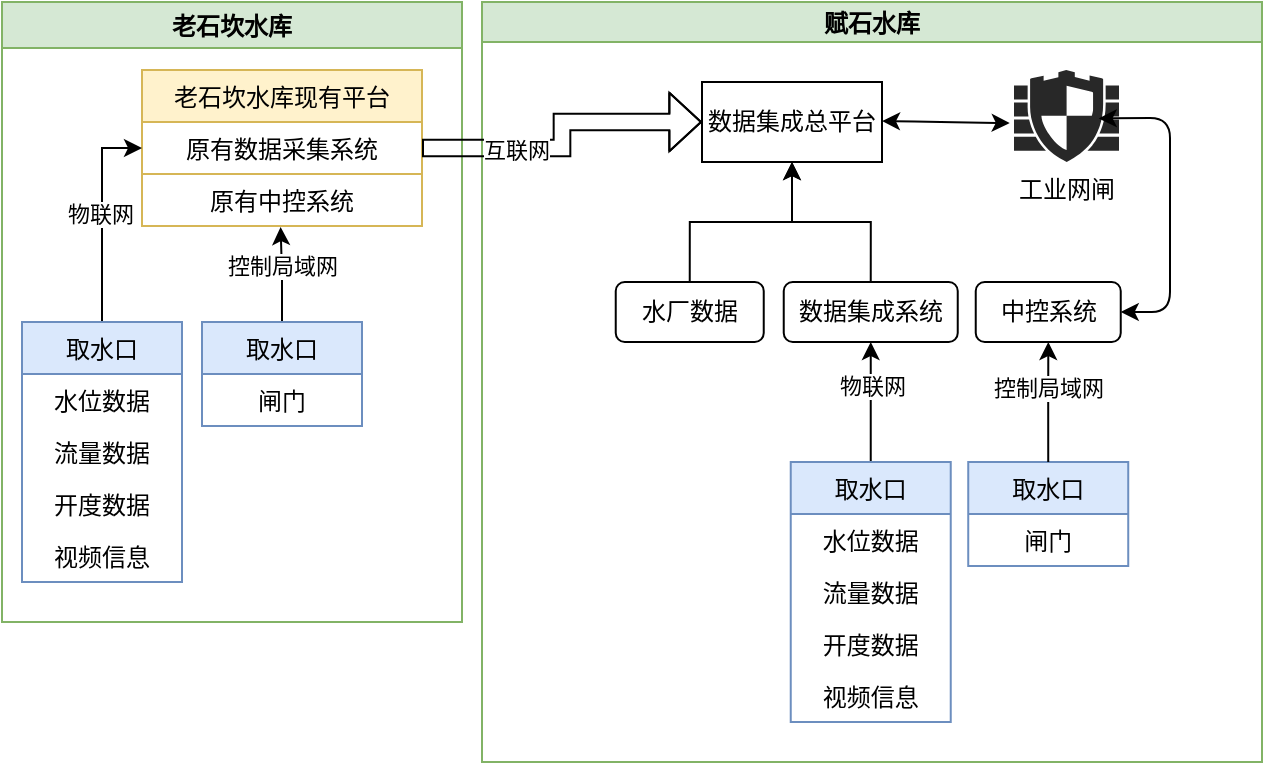
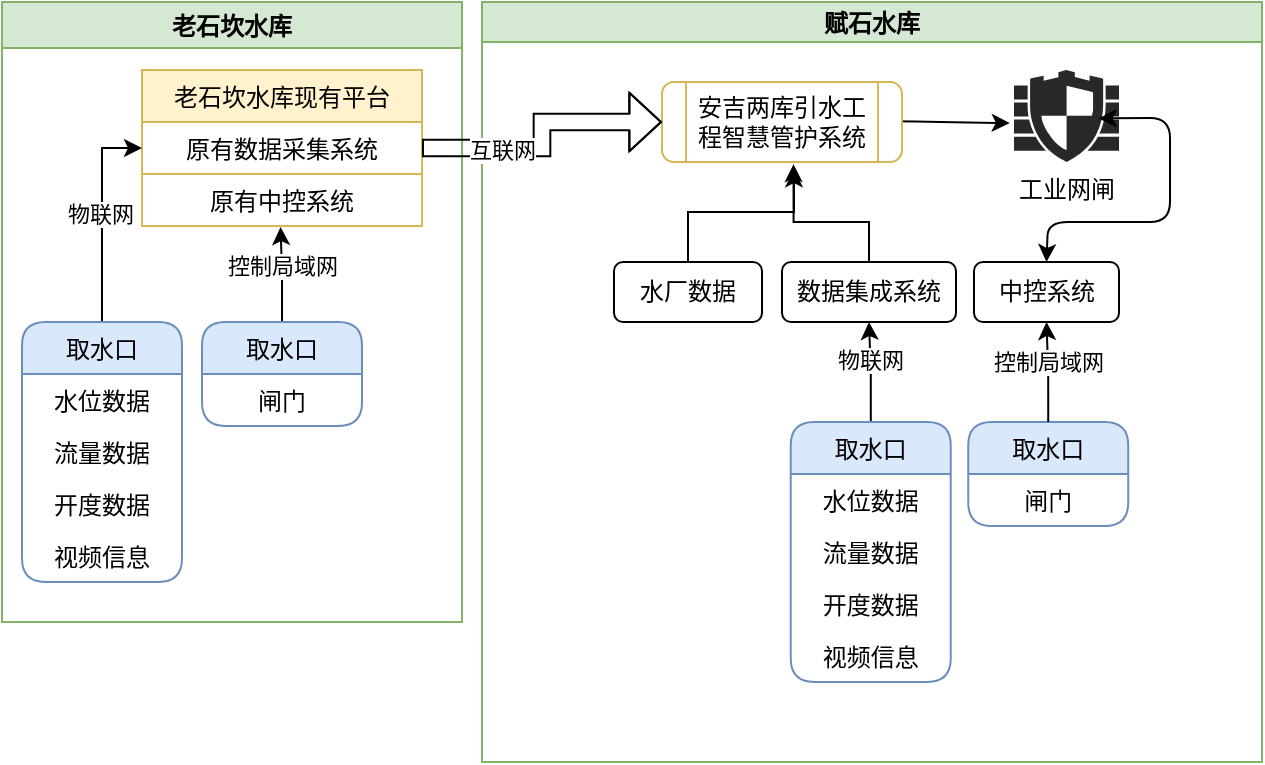
- <mxfile host="app.diagrams.net" modified="2021-09-18T04:01:08.758Z" agent="5.0 (Windows NT 10.0; Win64; x64) AppleWebKit/537.36 (KHTML, like Gecko) Chrome/93.0.4577.82 Safari/537.36 Edg/93.0.961.52" etag="iuD5hr9El375hcNZhQbl" version="14.8.0" type="github">
+ <mxfile host="app.diagrams.net" modified="2021-09-18T05:41:10.946Z" agent="5.0 (Windows NT 10.0; Win64; x64) AppleWebKit/537.36 (KHTML, like Gecko) Chrome/93.0.4577.82 Safari/537.36 Edg/93.0.961.52" etag="c35yupZSxRiQ1oud-r6r" version="14.8.0" type="github">
  <diagram id="v89iMYd2DjBNGdAJLiYk" name="Page-1">
-     <mxGraphModel dx="649" dy="363" grid="1" gridSize="10" guides="1" tooltips="1" connect="1" arrows="1" fold="1" page="1" pageScale="1" pageWidth="827" pageHeight="1169" math="0" shadow="0">
+     <mxGraphModel dx="683" dy="363" grid="1" gridSize="10" guides="1" tooltips="1" connect="1" arrows="1" fold="1" page="1" pageScale="1" pageWidth="827" pageHeight="1169" math="0" shadow="0">
      <root>
        <mxCell id="0" />
        <mxCell id="1" parent="0" />
        <mxCell id="1meufm5pPCAuNKvldUBH-1" value="老石坎水库" style="swimlane;fillColor=#d5e8d4;strokeColor=#82b366;" parent="1" vertex="1">
-           <mxGeometry x="150" y="130" width="230" height="310" as="geometry" />
+           <mxGeometry x="150" y="130" width="230" height="310" as="geometry">
+             <mxRectangle x="150" y="130" width="90" height="23" as="alternateBounds" />
+           </mxGeometry>
        </mxCell>
        <mxCell id="rkCiEfMvTKPaeprXMYrk-80" value="老石坎水库现有平台" style="swimlane;fontStyle=0;childLayout=stackLayout;horizontal=1;startSize=26;horizontalStack=0;resizeParent=1;resizeParentMax=0;resizeLast=0;collapsible=1;marginBottom=0;swimlaneLine=1;rounded=0;shadow=0;sketch=0;glass=0;swimlaneFillColor=none;fillColor=#fff2cc;strokeColor=#d6b656;" vertex="1" parent="1meufm5pPCAuNKvldUBH-1">
          <mxGeometry x="70" y="34" width="140" height="78" as="geometry">
            <mxRectangle x="108.75" y="220" width="70" height="26" as="alternateBounds" />
          </mxGeometry>
        </mxCell>
        <mxCell id="rkCiEfMvTKPaeprXMYrk-81" value="原有数据采集系统" style="text;fillColor=none;align=center;verticalAlign=top;spacingLeft=4;spacingRight=4;overflow=hidden;rotatable=0;points=[[0,0.5],[1,0.5]];portConstraint=eastwest;rounded=0;glass=0;shadow=0;strokeColor=#D6B656;" vertex="1" parent="rkCiEfMvTKPaeprXMYrk-80">
          <mxGeometry y="26" width="140" height="26" as="geometry" />
        </mxCell>
        <mxCell id="rkCiEfMvTKPaeprXMYrk-82" value="原有中控系统" style="text;fillColor=none;align=center;verticalAlign=top;spacingLeft=4;spacingRight=4;overflow=hidden;rotatable=0;points=[[0,0.5],[1,0.5]];portConstraint=eastwest;imageAspect=1;" vertex="1" parent="rkCiEfMvTKPaeprXMYrk-80">
          <mxGeometry y="52" width="140" height="26" as="geometry" />
        </mxCell>
        <mxCell id="rkCiEfMvTKPaeprXMYrk-88" style="edgeStyle=orthogonalEdgeStyle;rounded=0;orthogonalLoop=1;jettySize=auto;html=1;entryX=0;entryY=0.5;entryDx=0;entryDy=0;" edge="1" parent="1meufm5pPCAuNKvldUBH-1" source="rkCiEfMvTKPaeprXMYrk-75" target="rkCiEfMvTKPaeprXMYrk-81">
          <mxGeometry relative="1" as="geometry" />
        </mxCell>
        <mxCell id="rkCiEfMvTKPaeprXMYrk-95" value="物联网" style="edgeLabel;html=1;align=center;verticalAlign=middle;resizable=0;points=[];" vertex="1" connectable="0" parent="rkCiEfMvTKPaeprXMYrk-88">
          <mxGeometry x="0.0218" y="1" relative="1" as="geometry">
            <mxPoint as="offset" />
          </mxGeometry>
        </mxCell>
-         <mxCell id="rkCiEfMvTKPaeprXMYrk-75" value="取水口" style="swimlane;fontStyle=0;childLayout=stackLayout;horizontal=1;startSize=26;horizontalStack=0;resizeParent=1;resizeParentMax=0;resizeLast=0;collapsible=1;marginBottom=0;swimlaneLine=1;rounded=0;shadow=0;sketch=0;glass=0;swimlaneFillColor=none;fillColor=#dae8fc;strokeColor=#6c8ebf;" vertex="1" parent="1meufm5pPCAuNKvldUBH-1">
+         <mxCell id="rkCiEfMvTKPaeprXMYrk-75" value="取水口" style="swimlane;fontStyle=0;childLayout=stackLayout;horizontal=1;startSize=26;horizontalStack=0;resizeParent=1;resizeParentMax=0;resizeLast=0;collapsible=1;marginBottom=0;swimlaneLine=1;rounded=1;shadow=0;sketch=0;glass=0;swimlaneFillColor=none;fillColor=#dae8fc;strokeColor=#6c8ebf;" vertex="1" parent="1meufm5pPCAuNKvldUBH-1">
          <mxGeometry x="10" y="160" width="80" height="130" as="geometry">
            <mxRectangle x="400" y="410" width="70" height="26" as="alternateBounds" />
          </mxGeometry>
        </mxCell>
        <mxCell id="rkCiEfMvTKPaeprXMYrk-76" value="水位数据" style="text;strokeColor=none;fillColor=none;align=center;verticalAlign=top;spacingLeft=4;spacingRight=4;overflow=hidden;rotatable=0;points=[[0,0.5],[1,0.5]];portConstraint=eastwest;" vertex="1" parent="rkCiEfMvTKPaeprXMYrk-75">
          <mxGeometry y="26" width="80" height="26" as="geometry" />
        </mxCell>
        <mxCell id="rkCiEfMvTKPaeprXMYrk-77" value="流量数据" style="text;strokeColor=none;fillColor=none;align=center;verticalAlign=top;spacingLeft=4;spacingRight=4;overflow=hidden;rotatable=0;points=[[0,0.5],[1,0.5]];portConstraint=eastwest;" vertex="1" parent="rkCiEfMvTKPaeprXMYrk-75">
          <mxGeometry y="52" width="80" height="26" as="geometry" />
        </mxCell>
        <mxCell id="rkCiEfMvTKPaeprXMYrk-78" value="开度数据" style="text;strokeColor=none;fillColor=none;align=center;verticalAlign=top;spacingLeft=4;spacingRight=4;overflow=hidden;rotatable=0;points=[[0,0.5],[1,0.5]];portConstraint=eastwest;" vertex="1" parent="rkCiEfMvTKPaeprXMYrk-75">
          <mxGeometry y="78" width="80" height="26" as="geometry" />
        </mxCell>
        <mxCell id="rkCiEfMvTKPaeprXMYrk-79" value="视频信息" style="text;strokeColor=none;fillColor=none;align=center;verticalAlign=top;spacingLeft=4;spacingRight=4;overflow=hidden;rotatable=0;points=[[0,0.5],[1,0.5]];portConstraint=eastwest;" vertex="1" parent="rkCiEfMvTKPaeprXMYrk-75">
          <mxGeometry y="104" width="80" height="26" as="geometry" />
        </mxCell>
        <mxCell id="rkCiEfMvTKPaeprXMYrk-87" style="edgeStyle=orthogonalEdgeStyle;rounded=0;orthogonalLoop=1;jettySize=auto;html=1;entryX=0.495;entryY=1.021;entryDx=0;entryDy=0;entryPerimeter=0;" edge="1" parent="1meufm5pPCAuNKvldUBH-1" source="rkCiEfMvTKPaeprXMYrk-73" target="rkCiEfMvTKPaeprXMYrk-82">
          <mxGeometry relative="1" as="geometry" />
        </mxCell>
        <mxCell id="rkCiEfMvTKPaeprXMYrk-97" value="控制局域网" style="edgeLabel;html=1;align=center;verticalAlign=middle;resizable=0;points=[];" vertex="1" connectable="0" parent="rkCiEfMvTKPaeprXMYrk-87">
          <mxGeometry x="0.205" relative="1" as="geometry">
            <mxPoint as="offset" />
          </mxGeometry>
        </mxCell>
-         <mxCell id="rkCiEfMvTKPaeprXMYrk-73" value="取水口" style="swimlane;fontStyle=0;childLayout=stackLayout;horizontal=1;startSize=26;horizontalStack=0;resizeParent=1;resizeParentMax=0;resizeLast=0;collapsible=1;marginBottom=0;swimlaneLine=1;rounded=0;shadow=0;sketch=0;glass=0;swimlaneFillColor=none;fillColor=#dae8fc;strokeColor=#6c8ebf;" vertex="1" parent="1meufm5pPCAuNKvldUBH-1">
+         <mxCell id="rkCiEfMvTKPaeprXMYrk-73" value="取水口" style="swimlane;fontStyle=0;childLayout=stackLayout;horizontal=1;startSize=26;horizontalStack=0;resizeParent=1;resizeParentMax=0;resizeLast=0;collapsible=1;marginBottom=0;swimlaneLine=1;rounded=1;shadow=0;sketch=0;glass=0;swimlaneFillColor=none;fillColor=#dae8fc;strokeColor=#6c8ebf;" vertex="1" parent="1meufm5pPCAuNKvldUBH-1">
          <mxGeometry x="100" y="160" width="80" height="52" as="geometry">
            <mxRectangle x="400" y="410" width="70" height="26" as="alternateBounds" />
          </mxGeometry>
        </mxCell>
        <mxCell id="rkCiEfMvTKPaeprXMYrk-74" value="闸门" style="text;strokeColor=none;fillColor=none;align=center;verticalAlign=top;spacingLeft=4;spacingRight=4;overflow=hidden;rotatable=0;points=[[0,0.5],[1,0.5]];portConstraint=eastwest;" vertex="1" parent="rkCiEfMvTKPaeprXMYrk-73">
          <mxGeometry y="26" width="80" height="26" as="geometry" />
        </mxCell>
        <mxCell id="1meufm5pPCAuNKvldUBH-6" value="赋石水库" style="swimlane;startSize=20;horizontal=1;containerType=tree;newEdgeStyle={&quot;edgeStyle&quot;:&quot;elbowEdgeStyle&quot;,&quot;startArrow&quot;:&quot;none&quot;,&quot;endArrow&quot;:&quot;none&quot;};fillColor=#d5e8d4;strokeColor=#82b366;" parent="1" vertex="1">
          <mxGeometry x="390" y="130" width="390" height="380" as="geometry" />
        </mxCell>
-         <UserObject label="数据集成总平台" treeRoot="1" id="1meufm5pPCAuNKvldUBH-9">
-           <mxCell style="whiteSpace=wrap;html=1;align=center;treeFolding=1;treeMoving=1;newEdgeStyle={&quot;edgeStyle&quot;:&quot;elbowEdgeStyle&quot;,&quot;startArrow&quot;:&quot;none&quot;,&quot;endArrow&quot;:&quot;none&quot;};" parent="1meufm5pPCAuNKvldUBH-6" vertex="1">
-             <mxGeometry x="110" y="40" width="90" height="40" as="geometry" />
-           </mxCell>
-         </UserObject>
        <mxCell id="1meufm5pPCAuNKvldUBH-12" value="中控系统" style="rounded=1;whiteSpace=wrap;html=1;" parent="1meufm5pPCAuNKvldUBH-6" vertex="1">
-           <mxGeometry x="246.87" y="140" width="72.5" height="30" as="geometry" />
+           <mxGeometry x="246" y="130" width="72.5" height="30" as="geometry" />
        </mxCell>
        <mxCell id="rkCiEfMvTKPaeprXMYrk-26" value="工业网闸" style="verticalLabelPosition=bottom;html=1;fillColor=#282828;strokeColor=none;verticalAlign=top;pointerEvents=1;align=center;shape=mxgraph.cisco_safe.security_icons.ngfw;sketch=0;" vertex="1" parent="1meufm5pPCAuNKvldUBH-6">
          <mxGeometry x="266" y="34" width="52.5" height="46" as="geometry" />
        </mxCell>
        <mxCell id="rkCiEfMvTKPaeprXMYrk-32" value="" style="endArrow=classic;startArrow=classic;html=1;entryX=-0.041;entryY=0.577;entryDx=0;entryDy=0;entryPerimeter=0;" edge="1" parent="1meufm5pPCAuNKvldUBH-6" target="rkCiEfMvTKPaeprXMYrk-26">
          <mxGeometry width="50" height="50" relative="1" as="geometry">
            <mxPoint x="200" y="59.5" as="sourcePoint" />
            <mxPoint x="246" y="40" as="targetPoint" />
            <Array as="points">
              <mxPoint x="226" y="60" />
            </Array>
          </mxGeometry>
        </mxCell>
-         <mxCell id="rkCiEfMvTKPaeprXMYrk-33" value="" style="endArrow=classic;startArrow=classic;html=1;jumpSize=6;entryX=0.807;entryY=0.526;entryDx=0;entryDy=0;entryPerimeter=0;" edge="1" parent="1meufm5pPCAuNKvldUBH-6" source="1meufm5pPCAuNKvldUBH-12" target="rkCiEfMvTKPaeprXMYrk-26">
+         <mxCell id="rkCiEfMvTKPaeprXMYrk-33" value="" style="endArrow=classic;startArrow=classic;html=1;jumpSize=6;entryX=0.807;entryY=0.526;entryDx=0;entryDy=0;entryPerimeter=0;exitX=0.5;exitY=0;exitDx=0;exitDy=0;" edge="1" parent="1meufm5pPCAuNKvldUBH-6" source="1meufm5pPCAuNKvldUBH-12" target="rkCiEfMvTKPaeprXMYrk-26">
          <mxGeometry width="50" height="50" relative="1" as="geometry">
            <mxPoint x="242.25" y="194.5" as="sourcePoint" />
            <mxPoint x="301" y="100" as="targetPoint" />
            <Array as="points">
-               <mxPoint x="344" y="155" />
+               <mxPoint x="283" y="110" />
+               <mxPoint x="344" y="110" />
              <mxPoint x="344" y="58" />
            </Array>
          </mxGeometry>
        </mxCell>
-         <mxCell id="rkCiEfMvTKPaeprXMYrk-6" value="取水口" style="swimlane;fontStyle=0;childLayout=stackLayout;horizontal=1;startSize=26;horizontalStack=0;resizeParent=1;resizeParentMax=0;resizeLast=0;collapsible=1;marginBottom=0;swimlaneLine=1;rounded=0;shadow=0;sketch=0;glass=0;swimlaneFillColor=none;fillColor=#dae8fc;strokeColor=#6c8ebf;" vertex="1" parent="1meufm5pPCAuNKvldUBH-6">
-           <mxGeometry x="243.12" y="230" width="80" height="52" as="geometry">
+         <mxCell id="rkCiEfMvTKPaeprXMYrk-6" value="取水口" style="swimlane;fontStyle=0;childLayout=stackLayout;horizontal=1;startSize=26;horizontalStack=0;resizeParent=1;resizeParentMax=0;resizeLast=0;collapsible=1;marginBottom=0;swimlaneLine=1;rounded=1;shadow=0;sketch=0;glass=0;swimlaneFillColor=none;fillColor=#dae8fc;strokeColor=#6c8ebf;" vertex="1" parent="1meufm5pPCAuNKvldUBH-6">
+           <mxGeometry x="243.12" y="210" width="80" height="52" as="geometry">
            <mxRectangle x="400" y="410" width="70" height="26" as="alternateBounds" />
          </mxGeometry>
        </mxCell>
        <mxCell id="rkCiEfMvTKPaeprXMYrk-7" value="闸门" style="text;strokeColor=none;fillColor=none;align=center;verticalAlign=top;spacingLeft=4;spacingRight=4;overflow=hidden;rotatable=0;points=[[0,0.5],[1,0.5]];portConstraint=eastwest;" vertex="1" parent="rkCiEfMvTKPaeprXMYrk-6">
          <mxGeometry y="26" width="80" height="26" as="geometry" />
        </mxCell>
        <mxCell id="rkCiEfMvTKPaeprXMYrk-11" value="" style="edgeStyle=orthogonalEdgeStyle;rounded=0;orthogonalLoop=1;jettySize=auto;html=1;exitX=0.5;exitY=0;exitDx=0;exitDy=0;" edge="1" parent="1meufm5pPCAuNKvldUBH-6" source="rkCiEfMvTKPaeprXMYrk-6" target="1meufm5pPCAuNKvldUBH-12">
          <mxGeometry relative="1" as="geometry">
            <Array as="points" />
          </mxGeometry>
        </mxCell>
        <mxCell id="rkCiEfMvTKPaeprXMYrk-13" value="控制局域网" style="edgeLabel;html=1;align=center;verticalAlign=middle;resizable=0;points=[];" vertex="1" connectable="0" parent="rkCiEfMvTKPaeprXMYrk-11">
          <mxGeometry x="0.2444" relative="1" as="geometry">
            <mxPoint as="offset" />
          </mxGeometry>
        </mxCell>
        <mxCell id="rkCiEfMvTKPaeprXMYrk-67" style="edgeStyle=orthogonalEdgeStyle;rounded=0;orthogonalLoop=1;jettySize=auto;html=1;entryX=0.5;entryY=1;entryDx=0;entryDy=0;" edge="1" parent="1meufm5pPCAuNKvldUBH-6" source="1meufm5pPCAuNKvldUBH-21" target="rkCiEfMvTKPaeprXMYrk-45">
          <mxGeometry relative="1" as="geometry" />
        </mxCell>
        <mxCell id="rkCiEfMvTKPaeprXMYrk-69" value="物联网" style="edgeLabel;html=1;align=center;verticalAlign=middle;resizable=0;points=[];" vertex="1" connectable="0" parent="rkCiEfMvTKPaeprXMYrk-67">
          <mxGeometry x="0.2649" relative="1" as="geometry">
            <mxPoint as="offset" />
          </mxGeometry>
        </mxCell>
-         <mxCell id="1meufm5pPCAuNKvldUBH-21" value="取水口" style="swimlane;fontStyle=0;childLayout=stackLayout;horizontal=1;startSize=26;horizontalStack=0;resizeParent=1;resizeParentMax=0;resizeLast=0;collapsible=1;marginBottom=0;swimlaneLine=1;rounded=0;shadow=0;sketch=0;glass=0;swimlaneFillColor=none;fillColor=#dae8fc;strokeColor=#6c8ebf;" parent="1meufm5pPCAuNKvldUBH-6" vertex="1">
-           <mxGeometry x="154.37" y="230" width="80" height="130" as="geometry">
+         <mxCell id="1meufm5pPCAuNKvldUBH-21" value="取水口" style="swimlane;fontStyle=0;childLayout=stackLayout;horizontal=1;startSize=26;horizontalStack=0;resizeParent=1;resizeParentMax=0;resizeLast=0;collapsible=1;marginBottom=0;swimlaneLine=1;rounded=1;shadow=0;sketch=0;glass=0;swimlaneFillColor=none;fillColor=#dae8fc;strokeColor=#6c8ebf;" parent="1meufm5pPCAuNKvldUBH-6" vertex="1">
+           <mxGeometry x="154.37" y="210" width="80" height="130" as="geometry">
            <mxRectangle x="400" y="410" width="70" height="26" as="alternateBounds" />
          </mxGeometry>
        </mxCell>
        <mxCell id="1meufm5pPCAuNKvldUBH-22" value="水位数据" style="text;strokeColor=none;fillColor=none;align=center;verticalAlign=top;spacingLeft=4;spacingRight=4;overflow=hidden;rotatable=0;points=[[0,0.5],[1,0.5]];portConstraint=eastwest;" parent="1meufm5pPCAuNKvldUBH-21" vertex="1">
          <mxGeometry y="26" width="80" height="26" as="geometry" />
        </mxCell>
        <mxCell id="1meufm5pPCAuNKvldUBH-23" value="流量数据" style="text;strokeColor=none;fillColor=none;align=center;verticalAlign=top;spacingLeft=4;spacingRight=4;overflow=hidden;rotatable=0;points=[[0,0.5],[1,0.5]];portConstraint=eastwest;" parent="1meufm5pPCAuNKvldUBH-21" vertex="1">
          <mxGeometry y="52" width="80" height="26" as="geometry" />
        </mxCell>
        <mxCell id="1meufm5pPCAuNKvldUBH-24" value="开度数据" style="text;strokeColor=none;fillColor=none;align=center;verticalAlign=top;spacingLeft=4;spacingRight=4;overflow=hidden;rotatable=0;points=[[0,0.5],[1,0.5]];portConstraint=eastwest;" parent="1meufm5pPCAuNKvldUBH-21" vertex="1">
          <mxGeometry y="78" width="80" height="26" as="geometry" />
        </mxCell>
        <mxCell id="rkCiEfMvTKPaeprXMYrk-2" value="视频信息" style="text;strokeColor=none;fillColor=none;align=center;verticalAlign=top;spacingLeft=4;spacingRight=4;overflow=hidden;rotatable=0;points=[[0,0.5],[1,0.5]];portConstraint=eastwest;" vertex="1" parent="1meufm5pPCAuNKvldUBH-21">
          <mxGeometry y="104" width="80" height="26" as="geometry" />
        </mxCell>
-         <mxCell id="rkCiEfMvTKPaeprXMYrk-68" style="edgeStyle=orthogonalEdgeStyle;rounded=0;orthogonalLoop=1;jettySize=auto;html=1;entryX=0.5;entryY=1;entryDx=0;entryDy=0;exitX=0.5;exitY=0;exitDx=0;exitDy=0;" edge="1" parent="1meufm5pPCAuNKvldUBH-6" source="rkCiEfMvTKPaeprXMYrk-45" target="1meufm5pPCAuNKvldUBH-9">
+         <mxCell id="rkCiEfMvTKPaeprXMYrk-68" style="edgeStyle=orthogonalEdgeStyle;rounded=0;orthogonalLoop=1;jettySize=auto;html=1;exitX=0.5;exitY=0;exitDx=0;exitDy=0;entryX=0.548;entryY=1.027;entryDx=0;entryDy=0;entryPerimeter=0;" edge="1" parent="1meufm5pPCAuNKvldUBH-6" source="rkCiEfMvTKPaeprXMYrk-45" target="rkCiEfMvTKPaeprXMYrk-98">
          <mxGeometry relative="1" as="geometry">
+             <mxPoint x="194" y="90" as="targetPoint" />
            <Array as="points">
              <mxPoint x="194" y="110" />
-               <mxPoint x="155" y="110" />
+               <mxPoint x="156" y="110" />
            </Array>
          </mxGeometry>
        </mxCell>
        <mxCell id="rkCiEfMvTKPaeprXMYrk-45" value="数据集成系统" style="rounded=1;whiteSpace=wrap;html=1;" vertex="1" parent="1meufm5pPCAuNKvldUBH-6">
-           <mxGeometry x="150.87" y="140" width="87" height="30" as="geometry" />
+           <mxGeometry x="150" y="130" width="87" height="30" as="geometry" />
+         </mxCell>
+         <mxCell id="rkCiEfMvTKPaeprXMYrk-101" style="edgeStyle=orthogonalEdgeStyle;rounded=0;orthogonalLoop=1;jettySize=auto;html=1;entryX=0.55;entryY=1.09;entryDx=0;entryDy=0;entryPerimeter=0;" edge="1" parent="1meufm5pPCAuNKvldUBH-6" source="rkCiEfMvTKPaeprXMYrk-70" target="rkCiEfMvTKPaeprXMYrk-98">
+           <mxGeometry relative="1" as="geometry" />
        </mxCell>
        <mxCell id="rkCiEfMvTKPaeprXMYrk-70" value="水厂数据" style="rounded=1;whiteSpace=wrap;html=1;" vertex="1" parent="1meufm5pPCAuNKvldUBH-6">
-           <mxGeometry x="66.87" y="140" width="74" height="30" as="geometry" />
+           <mxGeometry x="66" y="130" width="74" height="30" as="geometry" />
        </mxCell>
-         <mxCell id="rkCiEfMvTKPaeprXMYrk-71" style="edgeStyle=orthogonalEdgeStyle;rounded=0;orthogonalLoop=1;jettySize=auto;html=1;entryX=0.5;entryY=1;entryDx=0;entryDy=0;exitX=0.5;exitY=0;exitDx=0;exitDy=0;" edge="1" parent="1meufm5pPCAuNKvldUBH-6" source="rkCiEfMvTKPaeprXMYrk-70" target="1meufm5pPCAuNKvldUBH-9">
+         <mxCell id="rkCiEfMvTKPaeprXMYrk-98" value="安吉两库引水工程智慧管护系统" style="shape=process;whiteSpace=wrap;html=1;backgroundOutline=1;rounded=1;shadow=0;glass=0;sketch=0;strokeColor=#D6B656;" vertex="1" parent="1meufm5pPCAuNKvldUBH-6">
+           <mxGeometry x="90" y="40" width="120" height="40" as="geometry" />
+         </mxCell>
+         <mxCell id="rkCiEfMvTKPaeprXMYrk-90" style="edgeStyle=orthogonalEdgeStyle;shape=flexArrow;rounded=0;orthogonalLoop=1;jettySize=auto;html=1;exitX=1;exitY=0.5;exitDx=0;exitDy=0;width=8.333333333333334;endSize=4.941666666666666;entryX=0;entryY=0.5;entryDx=0;entryDy=0;" edge="1" parent="1" source="rkCiEfMvTKPaeprXMYrk-81" target="rkCiEfMvTKPaeprXMYrk-98">
          <mxGeometry relative="1" as="geometry">
-             <mxPoint x="180" y="80" as="targetPoint" />
-             <Array as="points">
-               <mxPoint x="104" y="110" />
-               <mxPoint x="155" y="110" />
-             </Array>
+             <mxPoint x="480" y="190" as="targetPoint" />
          </mxGeometry>
-         </mxCell>
-         <mxCell id="rkCiEfMvTKPaeprXMYrk-90" style="edgeStyle=orthogonalEdgeStyle;shape=flexArrow;rounded=0;orthogonalLoop=1;jettySize=auto;html=1;entryX=0;entryY=0.5;entryDx=0;entryDy=0;exitX=1;exitY=0.5;exitDx=0;exitDy=0;width=8.333333333333334;endSize=4.941666666666666;" edge="1" parent="1" source="rkCiEfMvTKPaeprXMYrk-81" target="1meufm5pPCAuNKvldUBH-9">
-           <mxGeometry relative="1" as="geometry" />
        </mxCell>
        <mxCell id="rkCiEfMvTKPaeprXMYrk-92" value="互联网" style="edgeLabel;html=1;align=center;verticalAlign=middle;resizable=0;points=[];" vertex="1" connectable="0" parent="rkCiEfMvTKPaeprXMYrk-90">
          <mxGeometry x="-0.3951" y="-1" relative="1" as="geometry">
            <mxPoint as="offset" />
          </mxGeometry>
        </mxCell>
      </root>
    </mxGraphModel>
  </diagram>
</mxfile>
